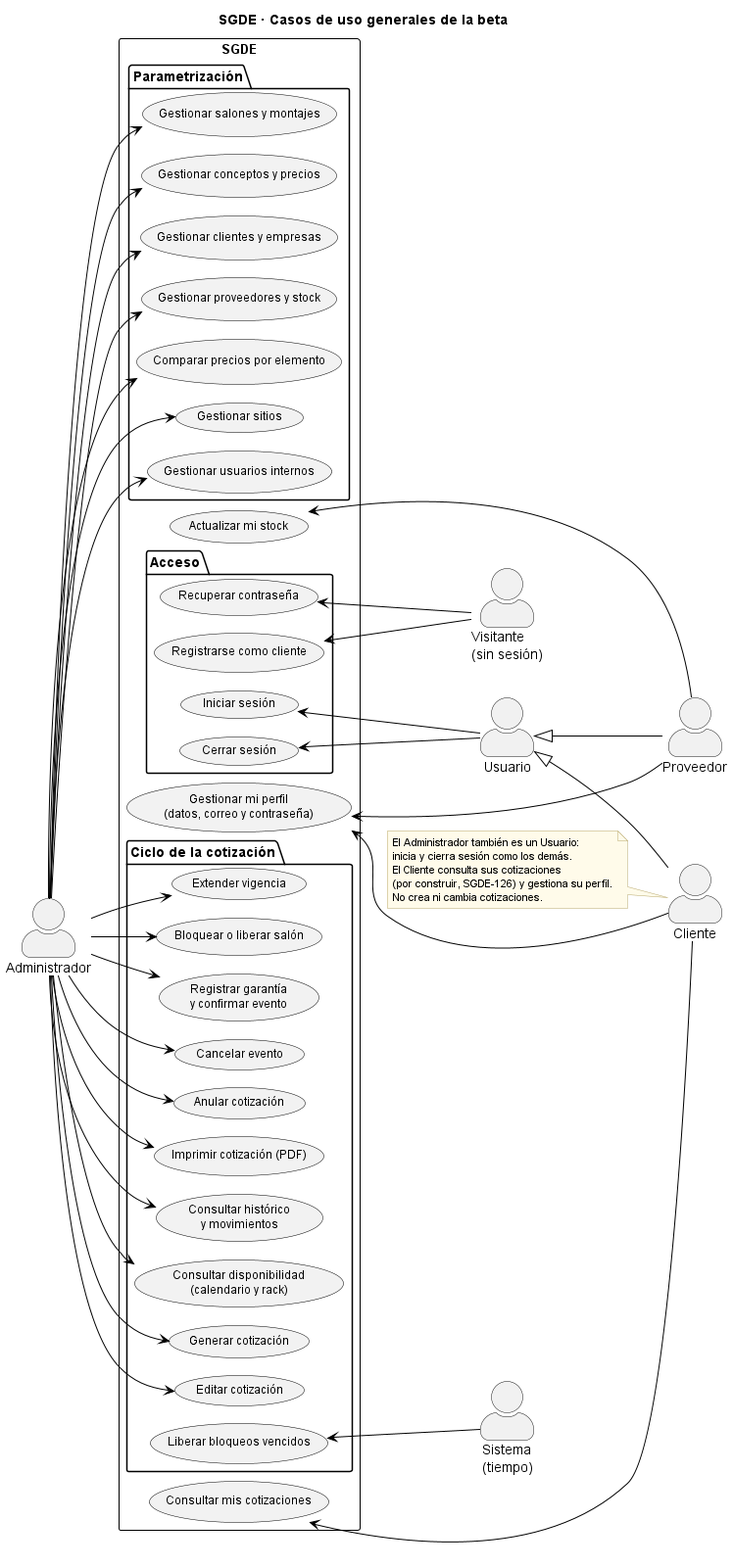
This is docs/casos_uso_sgde/SGDE-00_Casos_de_uso_general.png from AndreCamx2/Gestion-De-Eventos, a PlantUML export, as it was before one commit.
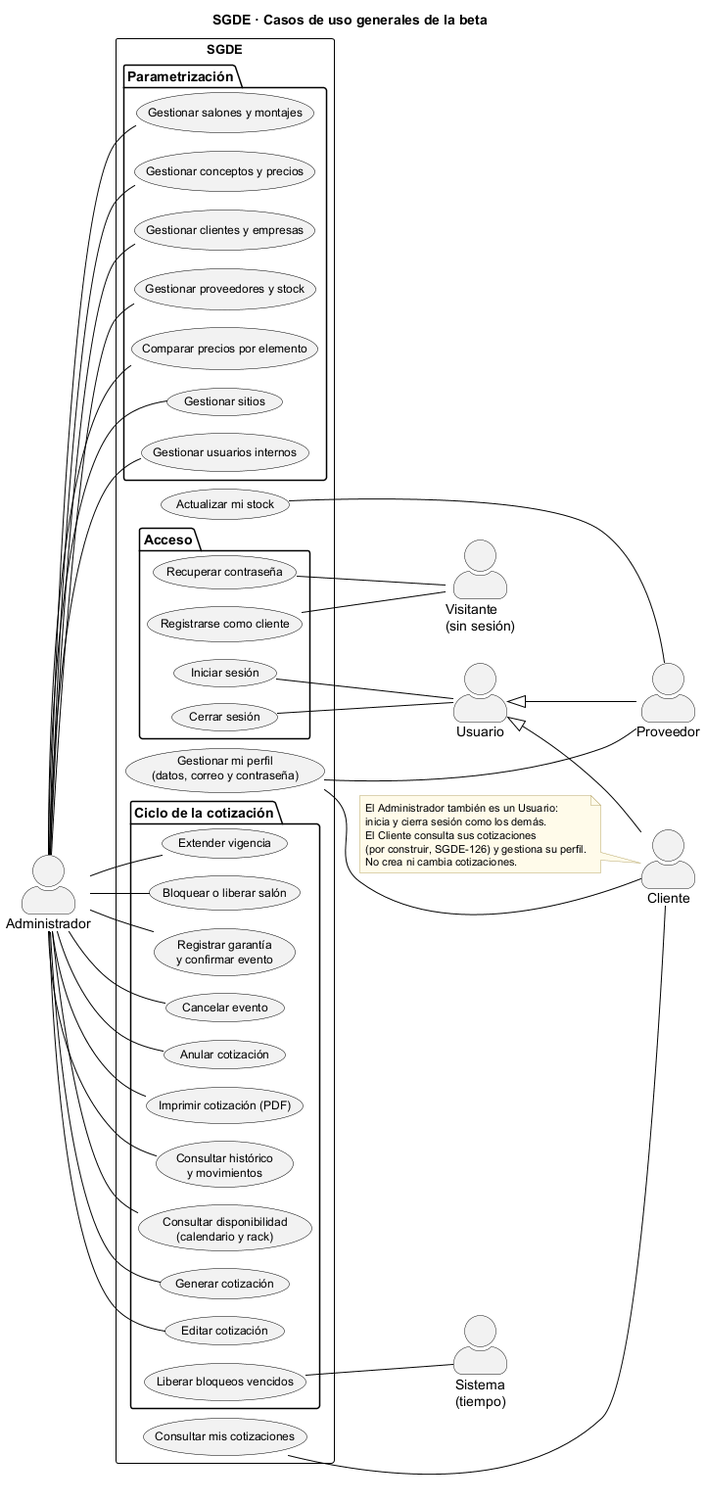
Later version of the same file.

What changed in the source:
```diff
@@ -63,33 +63,33 @@
 actor "Visitante\n(sin sesión)" as VI
 actor "Sistema\n(tiempo)" as SIS
 
-AD --> UC_SITIOS
-AD --> UC_USUARIOS
-AD --> UC_SALONES
-AD --> UC_CONCEPTOS
-AD --> UC_CLIENTES
-AD --> UC_PROVEEDORES
-AD --> UC_COMPARAR
-AD --> UC_DISPO
-AD --> UC_COTIZAR
-AD --> UC_EDITAR
-AD --> UC_VIGENCIA
-AD --> UC_BLOQUEO
-AD --> UC_CONFIRMAR
-AD --> UC_CANCELAR
-AD --> UC_ANULAR
-AD --> UC_PDF
-AD --> UC_HISTORICO
+AD -- UC_SITIOS
+AD -- UC_USUARIOS
+AD -- UC_SALONES
+AD -- UC_CONCEPTOS
+AD -- UC_CLIENTES
+AD -- UC_PROVEEDORES
+AD -- UC_COMPARAR
+AD -- UC_DISPO
+AD -- UC_COTIZAR
+AD -- UC_EDITAR
+AD -- UC_VIGENCIA
+AD -- UC_BLOQUEO
+AD -- UC_CONFIRMAR
+AD -- UC_CANCELAR
+AD -- UC_ANULAR
+AD -- UC_PDF
+AD -- UC_HISTORICO
 
-UC_LOGIN <-- US
-UC_LOGOUT <-- US
-UC_MISTOCK <-- PR
-UC_PERFIL <-- PR
-UC_PERFIL <-- CL
-UC_MISCOT <-- CL
-UC_CLAVE <-- VI
-UC_REG <-- VI
-UC_LIBERAR_AUTO <-- SIS
+UC_LOGIN -- US
+UC_LOGOUT -- US
+UC_MISTOCK -- PR
+UC_PERFIL -- PR
+UC_PERFIL -- CL
+UC_MISCOT -- CL
+UC_CLAVE -- VI
+UC_REG -- VI
+UC_LIBERAR_AUTO -- SIS
 US <|-- PR
 US <|-- CL
 
```
